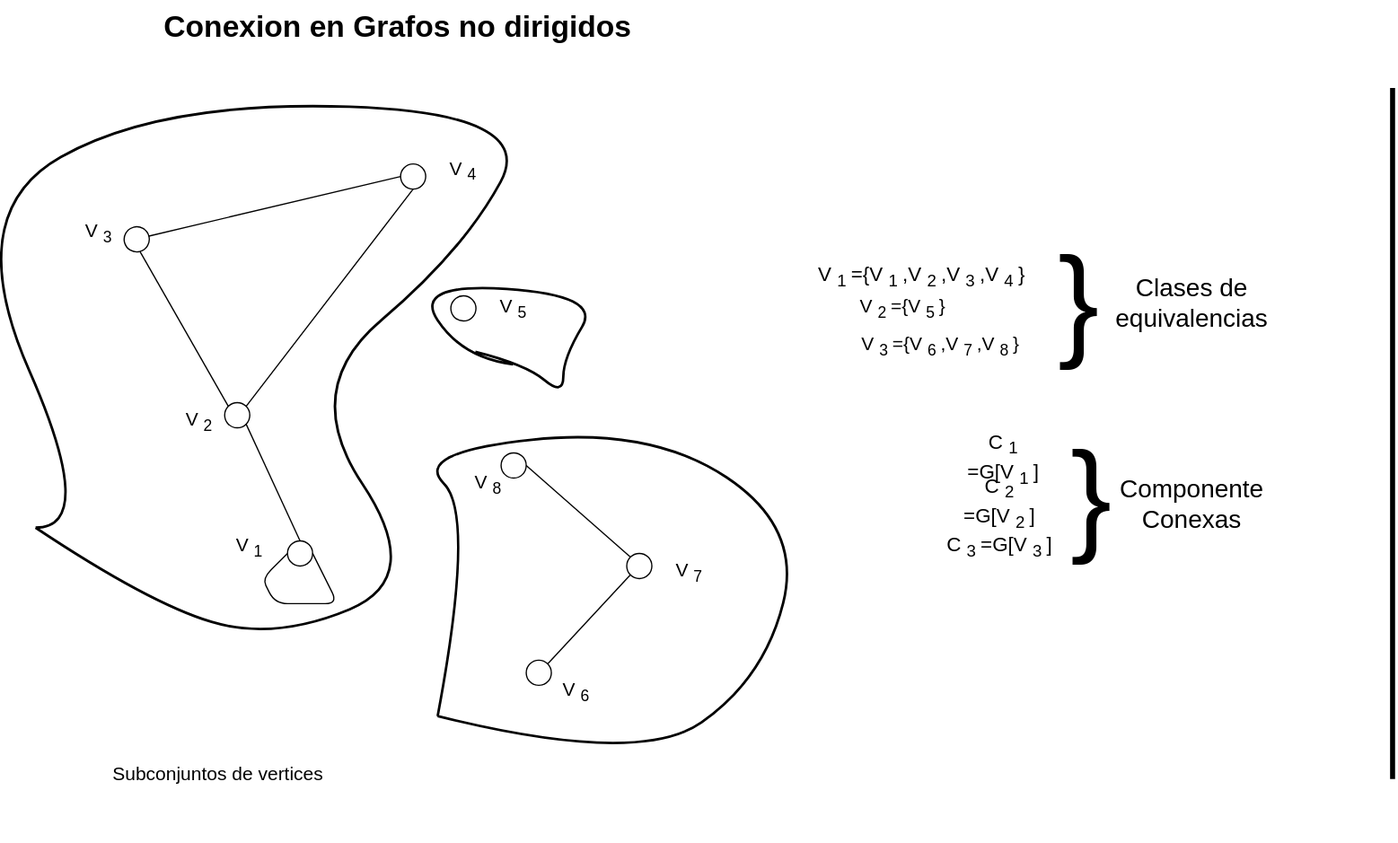
Before: Estructura-de-datos/Grafos/Conexion-grafo-nodir.drawio.svg, a diagram exported from draw.io (Nordcode-cyber/Algoritmos-Estructdatos). Source tidied: cells renumbered, new cells last; positions are measured from the earlier drawing's top-left corner, leaving out a move shared by most shapes.
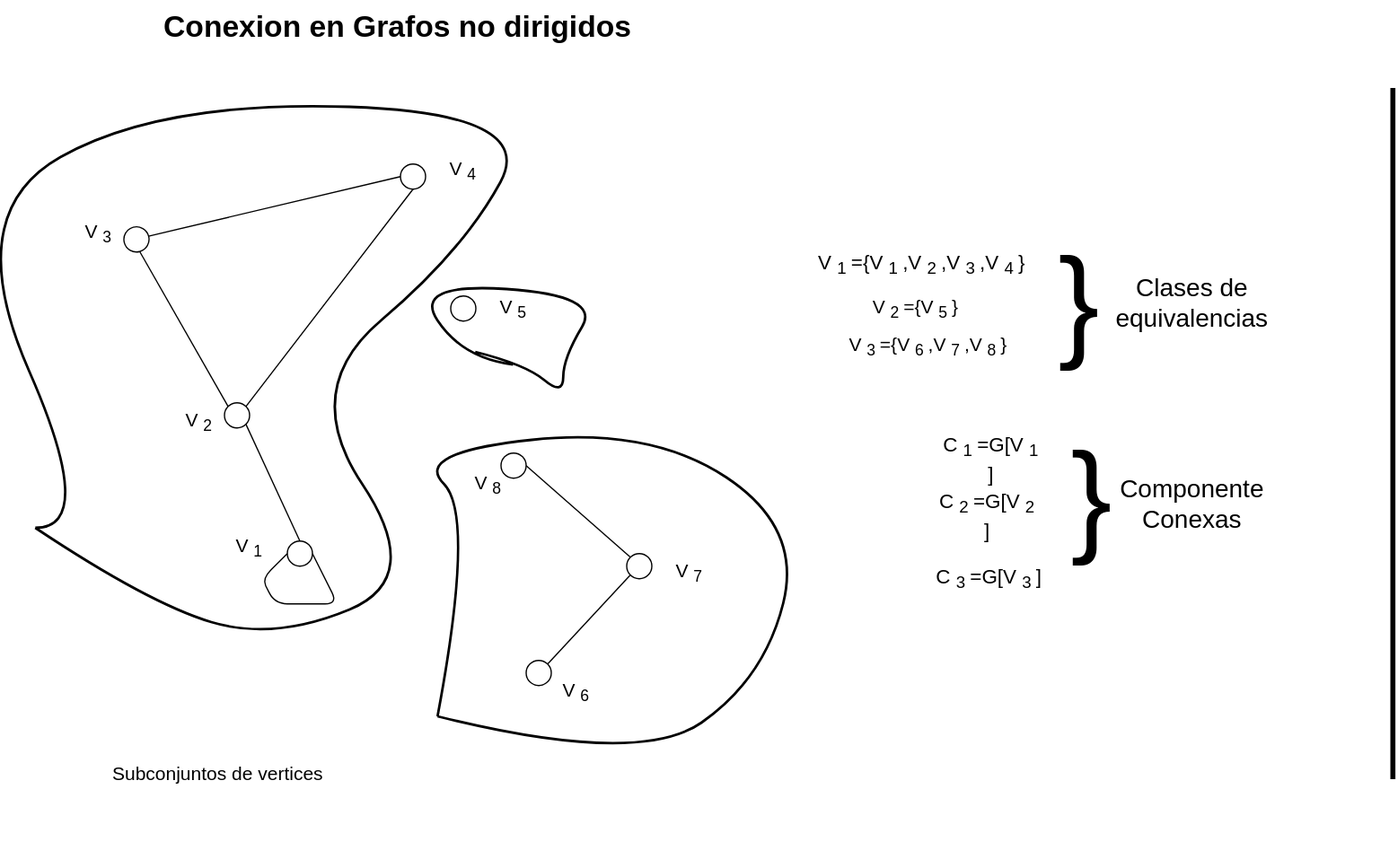
After the commit.

Diff of the diagram source:
```diff
@@ -1,4 +1,4 @@
-<mxGraphModel>
+<mxGraphModel background="light-dark(#FFFFFF,#121212)">
   <root>
     <mxCell id="0" />
     <mxCell id="1" parent="0" />
@@ -81,13 +81,13 @@
       <mxGeometry x="390" y="370" width="60" height="30" as="geometry" />
     </mxCell>
     <mxCell id="26" value="&lt;font style=&quot;color: light-dark(rgb(0, 0, 0), rgb(66, 255, 46)); font-size: 16px;&quot;&gt;V&lt;sub style=&quot;&quot;&gt;1&lt;/sub&gt; ={V&lt;sub style=&quot;&quot;&gt;1&lt;/sub&gt;,V&lt;sub style=&quot;&quot;&gt;2&lt;/sub&gt;,V&lt;sub style=&quot;&quot;&gt;3&lt;/sub&gt;,V&lt;sub style=&quot;&quot;&gt;4&lt;/sub&gt;}&lt;/font&gt;" style="text;html=1;align=center;verticalAlign=middle;whiteSpace=wrap;rounded=0;" parent="1" vertex="1">
-      <mxGeometry x="680" y="205" width="170" height="30" as="geometry" />
+      <mxGeometry x="680" y="195" width="170" height="30" as="geometry" />
     </mxCell>
     <mxCell id="27" value="&lt;font style=&quot;color: light-dark(rgb(0, 0, 0), rgb(66, 255, 46)); font-size: 15px;&quot;&gt;V&lt;sub&gt;2&lt;/sub&gt;={V&lt;sub&gt;5&lt;/sub&gt;}&lt;/font&gt;" style="text;html=1;align=center;verticalAlign=middle;whiteSpace=wrap;rounded=0;" parent="1" vertex="1">
-      <mxGeometry x="710" y="230" width="80" height="30" as="geometry" />
+      <mxGeometry x="710" y="230" width="100" height="30" as="geometry" />
     </mxCell>
     <mxCell id="28" value="&lt;font style=&quot;font-size: 15px; color: light-dark(rgb(0, 0, 0), rgb(66, 255, 46));&quot;&gt;V&lt;sub&gt;3&lt;/sub&gt;={V&lt;sub&gt;6&lt;/sub&gt;,V&lt;sub&gt;7&lt;/sub&gt;,V&lt;sub&gt;8&lt;/sub&gt;}&lt;/font&gt;" style="text;html=1;align=center;verticalAlign=middle;whiteSpace=wrap;rounded=0;" parent="1" vertex="1">
-      <mxGeometry x="710" y="260" width="140" height="30" as="geometry" />
+      <mxGeometry x="690" y="260" width="160" height="30" as="geometry" />
     </mxCell>
     <mxCell id="29" value="&lt;font style=&quot;color: light-dark(rgb(0, 0, 0), rgb(66, 255, 46)); font-size: 15px;&quot;&gt;Subconjuntos de vertices&lt;/font&gt;" style="text;html=1;align=center;verticalAlign=middle;whiteSpace=wrap;rounded=0;" parent="1" vertex="1">
       <mxGeometry x="110" y="600" width="190" height="30" as="geometry" />
@@ -144,16 +144,16 @@
       </mxGeometry>
     </mxCell>
     <mxCell id="35" value="&lt;font style=&quot;color: light-dark(rgb(0, 0, 0), rgb(45, 52, 255)); font-size: 16px;&quot;&gt;C&lt;sub&gt;1&lt;/sub&gt;=G[V&lt;sub&gt;1&lt;/sub&gt;]&lt;/font&gt;" style="text;html=1;align=center;verticalAlign=middle;whiteSpace=wrap;rounded=0;" parent="1" vertex="1">
-      <mxGeometry x="800" y="350" width="60" height="30" as="geometry" />
+      <mxGeometry x="780" y="350" width="80" height="30" as="geometry" />
     </mxCell>
     <mxCell id="36" value="&lt;font style=&quot;font-size: 98px; color: light-dark(rgb(0, 0, 0), rgb(255, 255, 255));&quot;&gt;}&lt;/font&gt;" style="text;html=1;align=center;verticalAlign=middle;whiteSpace=wrap;rounded=0;" parent="1" vertex="1">
       <mxGeometry x="870" y="380" width="60" height="30" as="geometry" />
     </mxCell>
     <mxCell id="37" value="&lt;font style=&quot;font-size: 16px; color: light-dark(rgb(0, 0, 0), rgb(204, 0, 0));&quot;&gt;C&lt;sub style=&quot;&quot;&gt;2&lt;/sub&gt;=G[V&lt;sub style=&quot;&quot;&gt;2&lt;/sub&gt;]&lt;/font&gt;" style="text;html=1;align=center;verticalAlign=middle;whiteSpace=wrap;rounded=0;" parent="1" vertex="1">
-      <mxGeometry x="797" y="385" width="60" height="30" as="geometry" />
+      <mxGeometry x="777" y="395" width="80" height="30" as="geometry" />
     </mxCell>
     <mxCell id="38" value="&lt;font style=&quot;font-size: 16px; color: light-dark(rgb(0, 0, 0), rgb(0, 255, 0));&quot;&gt;C&lt;sub&gt;3&lt;/sub&gt;=G[V&lt;sub&gt;3&lt;/sub&gt;]&lt;/font&gt;" style="text;html=1;align=center;verticalAlign=middle;whiteSpace=wrap;rounded=0;" parent="1" vertex="1">
-      <mxGeometry x="777" y="415" width="100" height="40" as="geometry" />
+      <mxGeometry x="760" y="440" width="117" height="40" as="geometry" />
     </mxCell>
     <mxCell id="39" style="text;html=1;align=center;verticalAlign=middle;rotation=45;" parent="1" vertex="1">
       <mxGeometry x="922" y="600" width="50" height="30" as="geometry" />
```
